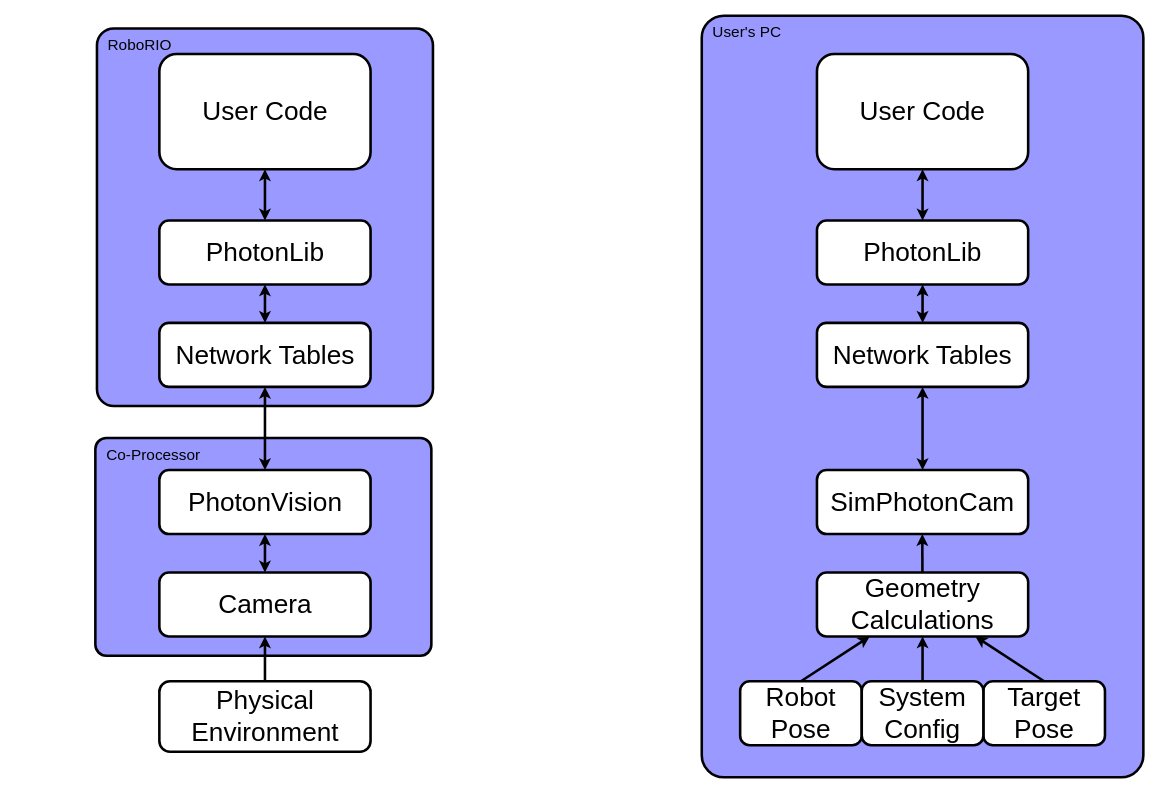
gerth2/photonvision-docs keeps this draw.io diagram as source/assets/SimArchitecture.drawio. Above is the earlier version. Source tidied: cells renumbered, new cells numbered last; positions are measured from the earlier drawing's top-left corner, leaving out a move shared by most shapes. Both pictures are drawn from the tidied source at 64%, with x=0, y=0 at pixel (95, 15).
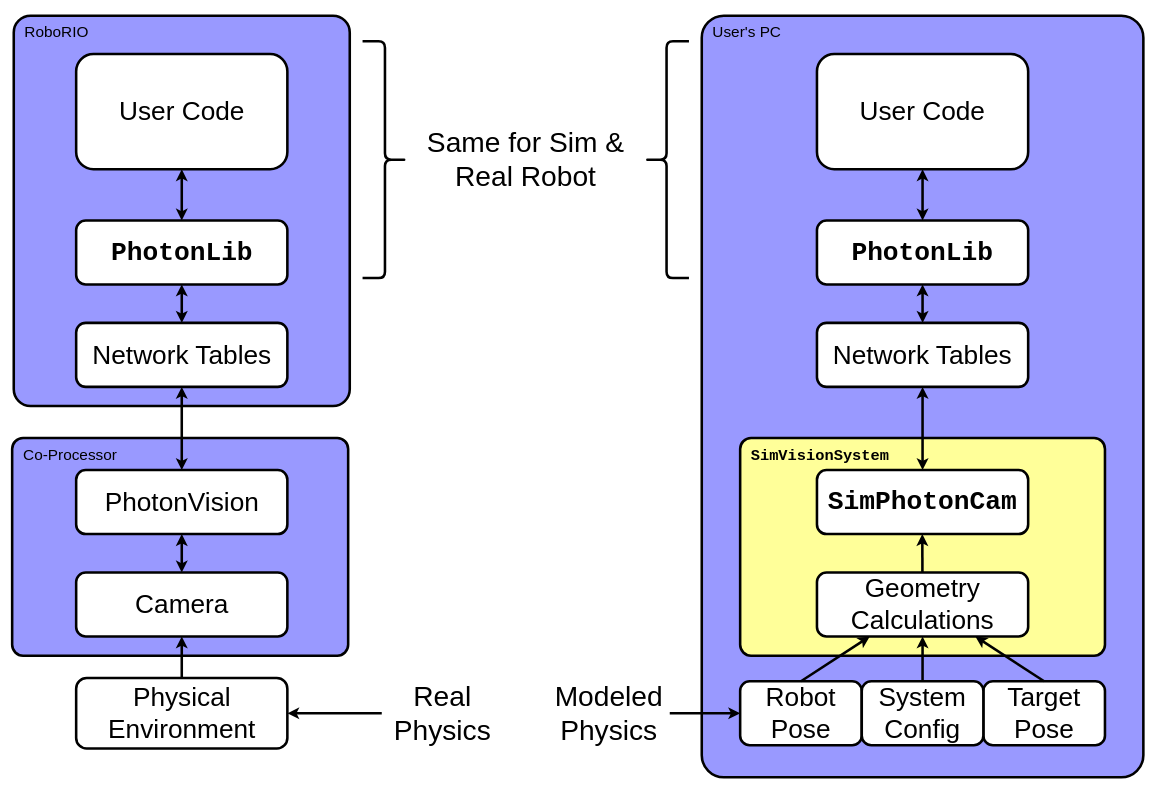
The same page after the edit.

Unchanged cells that the change refers to:
```xml
<mxCell id="13" value="Robot Pose" style="rounded=1;whiteSpace=wrap;html=1;shadow=0;glass=0;labelBackgroundColor=none;comic=0;sketch=0;strokeWidth=4;fontSize=41;align=center;" parent="1" vertex="1">
  <mxGeometry x="1008" y="1040" width="190" height="100" as="geometry" />
</mxCell>
```

Change to the diagram source:
```diff
@@
+    <mxCell id="3" value="&lt;font style=&quot;font-size: 24px&quot;&gt;User's PC&lt;/font&gt;" style="rounded=1;whiteSpace=wrap;html=1;shadow=0;glass=0;labelBackgroundColor=none;comic=0;sketch=0;strokeWidth=4;fontSize=44;align=left;fillColor=#9999FF;arcSize=5;labelPosition=center;verticalLabelPosition=middle;verticalAlign=top;spacing=2;spacingLeft=15;spacingTop=-14;" parent="1" vertex="1">
+      <mxGeometry x="948" width="690" height="1190" as="geometry" />
+    </mxCell>
+    <mxCell id="31" value="&lt;b&gt;&lt;font style=&quot;font-size: 24px&quot; face=&quot;Courier New&quot;&gt;SimVisionSystem&lt;/font&gt;&lt;/b&gt;" style="rounded=1;whiteSpace=wrap;html=1;shadow=0;glass=0;labelBackgroundColor=none;comic=0;sketch=0;strokeWidth=4;fontSize=44;align=left;arcSize=5;labelPosition=center;verticalLabelPosition=middle;verticalAlign=top;spacing=2;spacingLeft=15;spacingTop=-14;fillColor=#FFFF99;" parent="1" vertex="1">
+      <mxGeometry x="1008" y="660" width="570" height="340" as="geometry" />
+    </mxCell>
     <mxCell id="2" value="&lt;font style=&quot;font-size: 24px&quot;&gt;Co-Processor&lt;/font&gt;" style="rounded=1;whiteSpace=wrap;html=1;shadow=0;glass=0;labelBackgroundColor=none;comic=0;sketch=0;strokeWidth=4;fontSize=44;align=left;fillColor=#9999FF;arcSize=5;labelPosition=center;verticalLabelPosition=middle;verticalAlign=top;spacing=2;spacingLeft=15;spacingTop=-14;" parent="1" vertex="1">
-      <mxGeometry x="0.5" y="660" width="525" height="340" as="geometry" />
+      <mxGeometry x="-129.5" y="660" width="525" height="340" as="geometry" />
     </mxCell>
-    <mxCell id="3" value="&lt;font style=&quot;font-size: 24px&quot;&gt;User's PC&lt;/font&gt;" style="rounded=1;whiteSpace=wrap;html=1;shadow=0;glass=0;labelBackgroundColor=none;comic=0;sketch=0;strokeWidth=4;fontSize=44;align=left;fillColor=#9999FF;arcSize=5;labelPosition=center;verticalLabelPosition=middle;verticalAlign=top;spacing=2;spacingLeft=15;spacingTop=-14;" parent="1" vertex="1">
-      <mxGeometry x="948" width="690" height="1190" as="geometry" />
-    </mxCell>
     <mxCell id="4" value="&lt;font style=&quot;font-size: 24px&quot;&gt;RoboRIO&lt;/font&gt;" style="rounded=1;whiteSpace=wrap;html=1;shadow=0;glass=0;labelBackgroundColor=none;comic=0;sketch=0;strokeWidth=4;fontSize=44;align=left;fillColor=#9999FF;arcSize=5;labelPosition=center;verticalLabelPosition=middle;verticalAlign=top;spacing=2;spacingLeft=15;spacingTop=-14;" parent="1" vertex="1">
-      <mxGeometry x="3" y="20" width="525" height="590" as="geometry" />
+      <mxGeometry x="-127" width="525" height="610" as="geometry" />
     </mxCell>
     <mxCell id="5" value="Network Tables" style="rounded=1;whiteSpace=wrap;html=1;shadow=0;glass=0;labelBackgroundColor=none;comic=0;sketch=0;strokeWidth=4;fontSize=41;align=center;" parent="1" vertex="1">
-      <mxGeometry x="100.5" y="480" width="330" height="100" as="geometry" />
+      <mxGeometry x="-29.5" y="480" width="330" height="100" as="geometry" />
     </mxCell>
-    <mxCell id="6" value="PhotonLib" style="rounded=1;whiteSpace=wrap;html=1;shadow=0;glass=0;labelBackgroundColor=none;comic=0;sketch=0;strokeWidth=4;fontSize=41;align=center;" parent="1" vertex="1">
-      <mxGeometry x="100.5" y="320" width="330" height="100" as="geometry" />
+    <mxCell id="6" value="&lt;b&gt;&lt;font face=&quot;Courier New&quot;&gt;PhotonLib&lt;/font&gt;&lt;/b&gt;" style="rounded=1;whiteSpace=wrap;html=1;shadow=0;glass=0;labelBackgroundColor=none;comic=0;sketch=0;strokeWidth=4;fontSize=41;align=center;" parent="1" vertex="1">
+      <mxGeometry x="-29.5" y="320" width="330" height="100" as="geometry" />
     </mxCell>
     <mxCell id="7" value="User Code" style="rounded=1;whiteSpace=wrap;html=1;shadow=0;glass=0;labelBackgroundColor=none;comic=0;sketch=0;strokeWidth=4;fontSize=41;align=center;" parent="1" vertex="1">
-      <mxGeometry x="100.5" y="60" width="330" height="180" as="geometry" />
+      <mxGeometry x="-29.5" y="60" width="330" height="180" as="geometry" />
     </mxCell>
     <mxCell id="8" value="PhotonVision" style="rounded=1;whiteSpace=wrap;html=1;shadow=0;glass=0;labelBackgroundColor=none;comic=0;sketch=0;strokeWidth=4;fontSize=41;align=center;" parent="1" vertex="1">
-      <mxGeometry x="100.5" y="710" width="330" height="100" as="geometry" />
+      <mxGeometry x="-29.5" y="710" width="330" height="100" as="geometry" />
     </mxCell>
     <mxCell id="9" value="Camera" style="rounded=1;whiteSpace=wrap;html=1;shadow=0;glass=0;labelBackgroundColor=none;comic=0;sketch=0;strokeWidth=4;fontSize=41;align=center;" parent="1" vertex="1">
-      <mxGeometry x="100.5" y="870" width="330" height="100" as="geometry" />
+      <mxGeometry x="-29.5" y="870" width="330" height="100" as="geometry" />
     </mxCell>
     <mxCell id="10" value="Physical Environment" style="rounded=1;whiteSpace=wrap;html=1;shadow=0;glass=0;labelBackgroundColor=none;comic=0;sketch=0;strokeWidth=4;fontSize=41;align=center;" parent="1" vertex="1">
-      <mxGeometry x="100.5" y="1040" width="330" height="110" as="geometry" />
+      <mxGeometry x="-29.5" y="1035" width="330" height="110" as="geometry" />
     </mxCell>
-    <mxCell id="11" value="SimPhotonCam" style="rounded=1;whiteSpace=wrap;html=1;shadow=0;glass=0;labelBackgroundColor=none;comic=0;sketch=0;strokeWidth=4;fontSize=41;align=center;" parent="1" vertex="1">
+    <mxCell id="11" value="&lt;b&gt;&lt;font face=&quot;Courier New&quot;&gt;SimPhotonCam&lt;/font&gt;&lt;/b&gt;" style="rounded=1;whiteSpace=wrap;html=1;shadow=0;glass=0;labelBackgroundColor=none;comic=0;sketch=0;strokeWidth=4;fontSize=41;align=center;" parent="1" vertex="1">
       <mxGeometry x="1128" y="710" width="330" height="100" as="geometry" />
     </mxCell>
@@
-    <mxCell id="20" value="PhotonLib" style="rounded=1;whiteSpace=wrap;html=1;shadow=0;glass=0;labelBackgroundColor=none;comic=0;sketch=0;strokeWidth=4;fontSize=41;align=center;" parent="1" vertex="1">
+    <mxCell id="20" value="&lt;b&gt;&lt;font face=&quot;Courier New&quot;&gt;PhotonLib&lt;/font&gt;&lt;/b&gt;" style="rounded=1;whiteSpace=wrap;html=1;shadow=0;glass=0;labelBackgroundColor=none;comic=0;sketch=0;strokeWidth=4;fontSize=41;align=center;" parent="1" vertex="1">
       <mxGeometry x="1128" y="320" width="330" height="100" as="geometry" />
     </mxCell>
@@
+    <mxCell id="32" value="Same for Sim &amp;amp; Real Robot" style="text;html=1;strokeColor=none;fillColor=none;align=center;verticalAlign=middle;whiteSpace=wrap;rounded=0;shadow=0;glass=0;labelBackgroundColor=none;comic=0;sketch=0;fontSize=44;" parent="1" vertex="1">
+      <mxGeometry x="488" y="140" width="370" height="170" as="geometry" />
+    </mxCell>
+    <mxCell id="33" value="Modeled Physics" style="text;html=1;strokeColor=none;fillColor=none;align=center;verticalAlign=middle;whiteSpace=wrap;rounded=0;shadow=0;glass=0;labelBackgroundColor=none;comic=0;sketch=0;fontSize=44;" parent="1" vertex="1">
+      <mxGeometry x="708" y="1005" width="190" height="170" as="geometry" />
+    </mxCell>
+    <mxCell id="34" value="Real Physics" style="text;html=1;strokeColor=none;fillColor=none;align=center;verticalAlign=middle;whiteSpace=wrap;rounded=0;shadow=0;glass=0;labelBackgroundColor=none;comic=0;sketch=0;fontSize=44;" parent="1" vertex="1">
+      <mxGeometry x="448" y="1005" width="190" height="170" as="geometry" />
+    </mxCell>
+    <mxCell id="35" style="endArrow=classic;html=1;strokeWidth=4;fontSize=44;exitX=1;exitY=0.5;exitDx=0;exitDy=0;entryX=0;entryY=0.5;entryDx=0;entryDy=0;" parent="1" edge="1" source="33" target="13">
+      <mxGeometry relative="1" as="geometry" />
+    </mxCell>
+    <mxCell id="36" style="endArrow=classic;html=1;strokeWidth=4;fontSize=44;exitX=0;exitY=0.5;exitDx=0;exitDy=0;entryX=1;entryY=0.5;entryDx=0;entryDy=0;" parent="1" edge="1" source="34" target="10">
+      <mxGeometry relative="1" as="geometry" />
+    </mxCell>
+    <mxCell id="37" style="shape=curlyBracket;whiteSpace=wrap;html=1;rounded=1;shadow=0;glass=0;labelBackgroundColor=none;comic=0;sketch=0;strokeWidth=4;fillColor=#FFFF99;fontSize=44;align=left;" parent="1" vertex="1">
+      <mxGeometry x="858" y="40" width="70" height="370" as="geometry" />
+    </mxCell>
+    <mxCell id="38" style="shape=curlyBracket;whiteSpace=wrap;html=1;rounded=1;shadow=0;glass=0;labelBackgroundColor=none;comic=0;sketch=0;strokeWidth=4;fillColor=#FFFF99;fontSize=44;align=left;rotation=-180;" parent="1" vertex="1">
+      <mxGeometry x="418" y="40" width="70" height="370" as="geometry" />
+    </mxCell>
```
